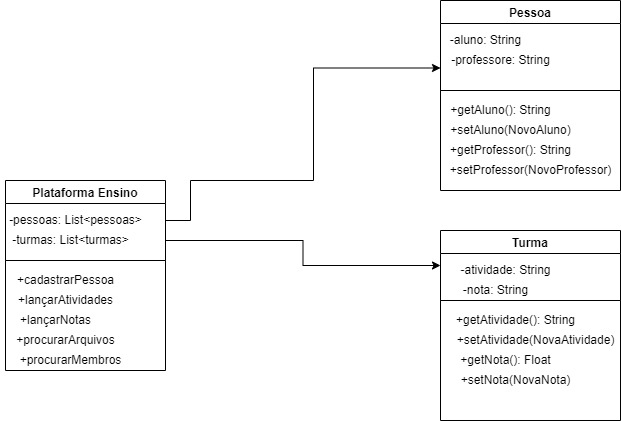
This is engenharia_de_software_1/diagrama_de_classes/progeto_de_sistemas.png from mateushlsilva/bertoti, a draw.io export, as it was before one commit. Source tidied: cells renumbered, new cells last; positions are measured from the earlier drawing's top-left corner, leaving out a move shared by most shapes. Its diagram source:
```xml
<mxGraphModel>
  <root>
    <mxCell id="0" />
    <mxCell id="1" parent="0" />
    <mxCell id="2" style="edgeStyle=orthogonalEdgeStyle;rounded=0;jettySize=auto;html=1;exitX=1;exitY=0.75;exitDx=0;exitDy=0;entryX=0;entryY=0.75;entryDx=0;entryDy=0;" parent="1" edge="1" source="4" target="7">
      <mxGeometry relative="1" as="geometry">
        <Array as="points">
          <mxPoint x="165" y="220" />
          <mxPoint x="190" y="220" />
          <mxPoint x="190" y="180" />
          <mxPoint x="313" y="180" />
          <mxPoint x="313" y="68" />
        </Array>
      </mxGeometry>
    </mxCell>
    <mxCell id="3" style="edgeStyle=orthogonalEdgeStyle;rounded=0;jettySize=auto;html=1;exitX=1;exitY=0.75;exitDx=0;exitDy=0;entryX=0;entryY=0.5;entryDx=0;entryDy=0;" parent="1" edge="1" source="4" target="21">
      <mxGeometry relative="1" as="geometry" />
    </mxCell>
    <mxCell id="4" value="Plataforma Ensino" style="swimlane;" parent="1" vertex="1">
      <mxGeometry x="5" y="180" width="160" height="80" as="geometry" />
    </mxCell>
    <mxCell id="5" value="-pessoas: List&amp;lt;pessoas&amp;gt;" style="text;html=1;align=center;verticalAlign=middle;strokeColor=none;fillColor=none;" parent="4" vertex="1">
      <mxGeometry x="-5" y="30" width="150" height="20" as="geometry" />
    </mxCell>
    <mxCell id="6" value="-turmas: List&amp;lt;turmas&amp;gt;" style="text;html=1;align=center;verticalAlign=middle;strokeColor=none;fillColor=none;" parent="4" vertex="1">
      <mxGeometry y="50" width="130" height="20" as="geometry" />
    </mxCell>
    <mxCell id="7" value="Pessoa" style="swimlane;" parent="1" vertex="1">
      <mxGeometry x="440" width="180" height="90" as="geometry" />
    </mxCell>
    <mxCell id="8" value="-aluno: String" style="text;html=1;align=center;verticalAlign=middle;strokeColor=none;fillColor=none;" parent="7" vertex="1">
      <mxGeometry y="30" width="90" height="20" as="geometry" />
    </mxCell>
    <mxCell id="9" value="-professore: String" style="text;html=1;align=center;verticalAlign=middle;strokeColor=none;fillColor=none;" parent="7" vertex="1">
      <mxGeometry x="5" y="50" width="110" height="20" as="geometry" />
    </mxCell>
    <mxCell id="10" style="swimlane;startSize=0;" parent="1" vertex="1">
      <mxGeometry x="5" y="260" width="160" height="110" as="geometry" />
    </mxCell>
    <mxCell id="11" value="+cadastrarPessoa" style="text;html=1;align=center;verticalAlign=middle;strokeColor=none;fillColor=none;" parent="10" vertex="1">
      <mxGeometry x="5" y="10" width="110" height="20" as="geometry" />
    </mxCell>
    <mxCell id="12" value="+lançarAtividades" style="text;html=1;align=center;verticalAlign=middle;strokeColor=none;fillColor=none;" parent="10" vertex="1">
      <mxGeometry x="5" y="30" width="110" height="20" as="geometry" />
    </mxCell>
    <mxCell id="13" value="+lançarNotas" style="text;html=1;align=center;verticalAlign=middle;strokeColor=none;fillColor=none;" parent="10" vertex="1">
      <mxGeometry x="5" y="50" width="90" height="20" as="geometry" />
    </mxCell>
    <mxCell id="14" value="+procurarArquivos" style="text;html=1;align=center;verticalAlign=middle;strokeColor=none;fillColor=none;" parent="10" vertex="1">
      <mxGeometry x="5" y="70" width="110" height="20" as="geometry" />
    </mxCell>
    <mxCell id="15" value="+procurarMembros" style="text;html=1;align=center;verticalAlign=middle;strokeColor=none;fillColor=none;" parent="10" vertex="1">
      <mxGeometry x="5" y="90" width="120" height="20" as="geometry" />
    </mxCell>
    <mxCell id="16" style="swimlane;startSize=0;" parent="1" vertex="1">
      <mxGeometry x="440" y="90" width="180" height="100" as="geometry" />
    </mxCell>
    <mxCell id="17" value="+getAluno(): String" style="text;html=1;align=center;verticalAlign=middle;strokeColor=none;fillColor=none;" parent="16" vertex="1">
      <mxGeometry y="10" width="120" height="20" as="geometry" />
    </mxCell>
    <mxCell id="18" value="+getProfessor(): String" style="text;html=1;align=center;verticalAlign=middle;strokeColor=none;fillColor=none;" parent="16" vertex="1">
      <mxGeometry y="50" width="140" height="20" as="geometry" />
    </mxCell>
    <mxCell id="19" value="+setAluno(NovoAluno)" style="text;html=1;align=center;verticalAlign=middle;strokeColor=none;fillColor=none;" parent="16" vertex="1">
      <mxGeometry y="30" width="140" height="20" as="geometry" />
    </mxCell>
    <mxCell id="20" value="+setProfessor(NovoProfessor)" style="text;html=1;align=center;verticalAlign=middle;strokeColor=none;fillColor=none;" parent="16" vertex="1">
      <mxGeometry y="70" width="180" height="20" as="geometry" />
    </mxCell>
    <mxCell id="21" value="Turma" style="swimlane;" parent="1" vertex="1">
      <mxGeometry x="440" y="230" width="180" height="70" as="geometry" />
    </mxCell>
    <mxCell id="22" value="-atividade: String" style="text;html=1;align=center;verticalAlign=middle;strokeColor=none;fillColor=none;" parent="21" vertex="1">
      <mxGeometry x="10" y="30" width="110" height="20" as="geometry" />
    </mxCell>
    <mxCell id="23" value="-nota: String" style="text;html=1;align=center;verticalAlign=middle;strokeColor=none;fillColor=none;" parent="21" vertex="1">
      <mxGeometry x="15" y="50" width="80" height="20" as="geometry" />
    </mxCell>
    <mxCell id="24" style="swimlane;startSize=0;" parent="21" vertex="1">
      <mxGeometry y="70" width="180" height="120" as="geometry" />
    </mxCell>
    <mxCell id="25" value="+getAtividade(): String" style="text;html=1;align=center;verticalAlign=middle;strokeColor=none;fillColor=none;" parent="24" vertex="1">
      <mxGeometry x="10" y="10" width="130" height="20" as="geometry" />
    </mxCell>
    <mxCell id="26" value="+setAtividade(NovaAtividade)" style="text;html=1;align=center;verticalAlign=middle;strokeColor=none;fillColor=none;" parent="24" vertex="1">
      <mxGeometry x="10" y="30" width="170" height="20" as="geometry" />
    </mxCell>
    <mxCell id="27" value="+getNota(): Float" style="text;html=1;align=center;verticalAlign=middle;strokeColor=none;fillColor=none;" parent="24" vertex="1">
      <mxGeometry x="10" y="50" width="110" height="20" as="geometry" />
    </mxCell>
    <mxCell id="28" value="+setNota(NovaNota)" style="text;html=1;align=center;verticalAlign=middle;strokeColor=none;fillColor=none;" parent="24" vertex="1">
      <mxGeometry x="10" y="70" width="130" height="20" as="geometry" />
    </mxCell>
  </root>
</mxGraphModel>
```
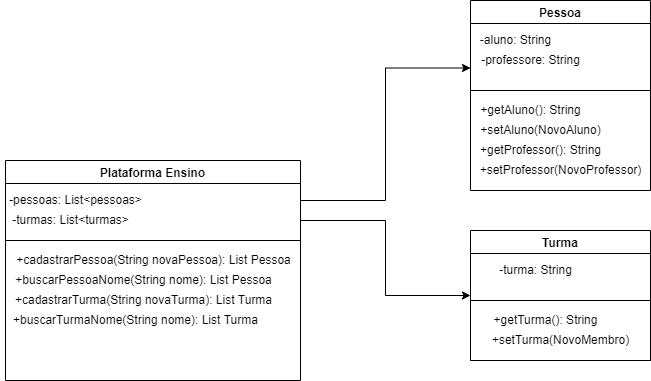
After the change.

Change to the diagram source:
```diff
@@ -2,22 +2,14 @@
   <root>
     <mxCell id="0" />
     <mxCell id="1" parent="0" />
+    <mxCell id="3" style="edgeStyle=orthogonalEdgeStyle;rounded=0;jettySize=auto;html=1;exitX=1;exitY=0.75;exitDx=0;exitDy=0;entryX=0;entryY=0.5;entryDx=0;entryDy=0;" parent="1" edge="1" source="4" target="21">
+      <mxGeometry relative="1" as="geometry" />
+    </mxCell>
-    <mxCell id="2" style="edgeStyle=orthogonalEdgeStyle;rounded=0;jettySize=auto;html=1;exitX=1;exitY=0.75;exitDx=0;exitDy=0;entryX=0;entryY=0.75;entryDx=0;entryDy=0;" parent="1" edge="1" source="4" target="7">
-      <mxGeometry relative="1" as="geometry">
-        <Array as="points">
-          <mxPoint x="165" y="220" />
-          <mxPoint x="190" y="220" />
-          <mxPoint x="190" y="180" />
-          <mxPoint x="313" y="180" />
-          <mxPoint x="313" y="68" />
-        </Array>
-      </mxGeometry>
+    <mxCell id="2" style="edgeStyle=orthogonalEdgeStyle;rounded=0;jettySize=auto;html=1;exitX=1;exitY=0.5;exitDx=0;exitDy=0;entryX=0;entryY=0.75;entryDx=0;entryDy=0;" parent="1" edge="1" source="4" target="7">
+      <mxGeometry relative="1" as="geometry" />
     </mxCell>
-    <mxCell id="3" style="edgeStyle=orthogonalEdgeStyle;rounded=0;jettySize=auto;html=1;exitX=1;exitY=0.75;exitDx=0;exitDy=0;entryX=0;entryY=0.5;entryDx=0;entryDy=0;" parent="1" edge="1" source="4" target="21">
-      <mxGeometry relative="1" as="geometry" />
-    </mxCell>
     <mxCell id="4" value="Plataforma Ensino" style="swimlane;" parent="1" vertex="1">
-      <mxGeometry x="5" y="180" width="160" height="80" as="geometry" />
+      <mxGeometry x="-25" y="160" width="295" height="80" as="geometry" />
     </mxCell>
     <mxCell id="5" value="-pessoas: List&amp;lt;pessoas&amp;gt;" style="text;html=1;align=center;verticalAlign=middle;strokeColor=none;fillColor=none;" parent="4" vertex="1">
       <mxGeometry x="-5" y="30" width="150" height="20" as="geometry" />
@@ -35,23 +27,20 @@
       <mxGeometry x="5" y="50" width="110" height="20" as="geometry" />
     </mxCell>
     <mxCell id="10" style="swimlane;startSize=0;" parent="1" vertex="1">
-      <mxGeometry x="5" y="260" width="160" height="110" as="geometry" />
+      <mxGeometry x="-25" y="240" width="295" height="140" as="geometry" />
     </mxCell>
-    <mxCell id="11" value="+cadastrarPessoa" style="text;html=1;align=center;verticalAlign=middle;strokeColor=none;fillColor=none;" parent="10" vertex="1">
-      <mxGeometry x="5" y="10" width="110" height="20" as="geometry" />
+    <mxCell id="11" value="+cadastrarPessoa(String novaPessoa): List Pessoa" style="text;html=1;align=center;verticalAlign=middle;strokeColor=none;fillColor=none;" parent="10" vertex="1">
+      <mxGeometry x="2.5" y="10" width="290" height="20" as="geometry" />
     </mxCell>
-    <mxCell id="12" value="+lançarAtividades" style="text;html=1;align=center;verticalAlign=middle;strokeColor=none;fillColor=none;" parent="10" vertex="1">
-      <mxGeometry x="5" y="30" width="110" height="20" as="geometry" />
-    </mxCell>
-    <mxCell id="13" value="+lançarNotas" style="text;html=1;align=center;verticalAlign=middle;strokeColor=none;fillColor=none;" parent="10" vertex="1">
-      <mxGeometry x="5" y="50" width="90" height="20" as="geometry" />
-    </mxCell>
-    <mxCell id="14" value="+procurarArquivos" style="text;html=1;align=center;verticalAlign=middle;strokeColor=none;fillColor=none;" parent="10" vertex="1">
-      <mxGeometry x="5" y="70" width="110" height="20" as="geometry" />
-    </mxCell>
-    <mxCell id="15" value="+procurarMembros" style="text;html=1;align=center;verticalAlign=middle;strokeColor=none;fillColor=none;" parent="10" vertex="1">
-      <mxGeometry x="5" y="90" width="120" height="20" as="geometry" />
+    <mxCell id="15" value="+buscarPessoaNome(String nome): List Pessoa" style="text;html=1;align=center;verticalAlign=middle;strokeColor=none;fillColor=none;" parent="10" vertex="1">
+      <mxGeometry x="2.5" y="30" width="270" height="20" as="geometry" />
     </mxCell>
+    <mxCell id="29" value="+cadastrarTurma(String novaTurma): List Turma" style="text;html=1;align=center;verticalAlign=middle;strokeColor=none;fillColor=none;" parent="10" vertex="1">
+      <mxGeometry x="2.5" y="50" width="270" height="20" as="geometry" />
+    </mxCell>
+    <mxCell id="30" value="+buscarTurmaNome(String nome): List Turma" style="text;html=1;align=center;verticalAlign=middle;strokeColor=none;fillColor=none;" parent="10" vertex="1">
+      <mxGeometry y="70" width="260" height="20" as="geometry" />
+    </mxCell>
     <mxCell id="16" style="swimlane;startSize=0;" parent="1" vertex="1">
       <mxGeometry x="440" y="90" width="180" height="100" as="geometry" />
     </mxCell>
@@ -68,28 +57,19 @@
       <mxGeometry y="70" width="180" height="20" as="geometry" />
     </mxCell>
     <mxCell id="21" value="Turma" style="swimlane;" parent="1" vertex="1">
-      <mxGeometry x="440" y="230" width="180" height="70" as="geometry" />
+      <mxGeometry x="440" y="230" width="180" height="130" as="geometry" />
     </mxCell>
-    <mxCell id="22" value="-atividade: String" style="text;html=1;align=center;verticalAlign=middle;strokeColor=none;fillColor=none;" parent="21" vertex="1">
-      <mxGeometry x="10" y="30" width="110" height="20" as="geometry" />
-    </mxCell>
-    <mxCell id="23" value="-nota: String" style="text;html=1;align=center;verticalAlign=middle;strokeColor=none;fillColor=none;" parent="21" vertex="1">
-      <mxGeometry x="15" y="50" width="80" height="20" as="geometry" />
+    <mxCell id="23" value="-turma: String" style="text;html=1;align=center;verticalAlign=middle;strokeColor=none;fillColor=none;" parent="21" vertex="1">
+      <mxGeometry x="20" y="30" width="90" height="20" as="geometry" />
     </mxCell>
     <mxCell id="24" style="swimlane;startSize=0;" parent="21" vertex="1">
-      <mxGeometry y="70" width="180" height="120" as="geometry" />
+      <mxGeometry y="70" width="180" height="60" as="geometry" />
     </mxCell>
-    <mxCell id="25" value="+getAtividade(): String" style="text;html=1;align=center;verticalAlign=middle;strokeColor=none;fillColor=none;" parent="24" vertex="1">
-      <mxGeometry x="10" y="10" width="130" height="20" as="geometry" />
-    </mxCell>
-    <mxCell id="26" value="+setAtividade(NovaAtividade)" style="text;html=1;align=center;verticalAlign=middle;strokeColor=none;fillColor=none;" parent="24" vertex="1">
-      <mxGeometry x="10" y="30" width="170" height="20" as="geometry" />
-    </mxCell>
-    <mxCell id="27" value="+getNota(): Float" style="text;html=1;align=center;verticalAlign=middle;strokeColor=none;fillColor=none;" parent="24" vertex="1">
-      <mxGeometry x="10" y="50" width="110" height="20" as="geometry" />
+    <mxCell id="27" value="+getTurma(): String" style="text;html=1;align=center;verticalAlign=middle;strokeColor=none;fillColor=none;" parent="24" vertex="1">
+      <mxGeometry x="15" y="10" width="120" height="20" as="geometry" />
     </mxCell>
-    <mxCell id="28" value="+setNota(NovaNota)" style="text;html=1;align=center;verticalAlign=middle;strokeColor=none;fillColor=none;" parent="24" vertex="1">
-      <mxGeometry x="10" y="70" width="130" height="20" as="geometry" />
+    <mxCell id="28" value="+setTurma(NovoMembro)" style="text;html=1;align=center;verticalAlign=middle;strokeColor=none;fillColor=none;" parent="24" vertex="1">
+      <mxGeometry x="15" y="30" width="150" height="20" as="geometry" />
     </mxCell>
   </root>
 </mxGraphModel>
```
